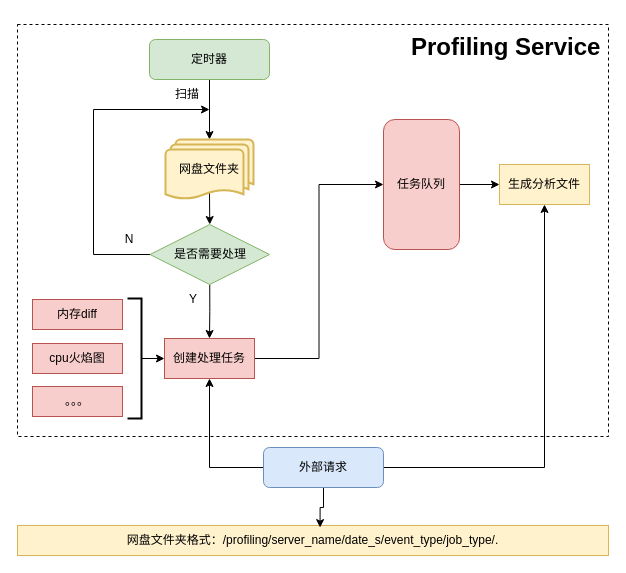
yunxuo/drawio keeps this draw.io diagram as profiling_service.drawio. Above is the earlier version. Source tidied: cells renumbered, new cells numbered last; positions are measured from the earlier drawing's top-left corner, leaving out a move shared by most shapes. Both pictures are drawn from the tidied source at 100%, with x=0, y=0 at pixel (17, 24).
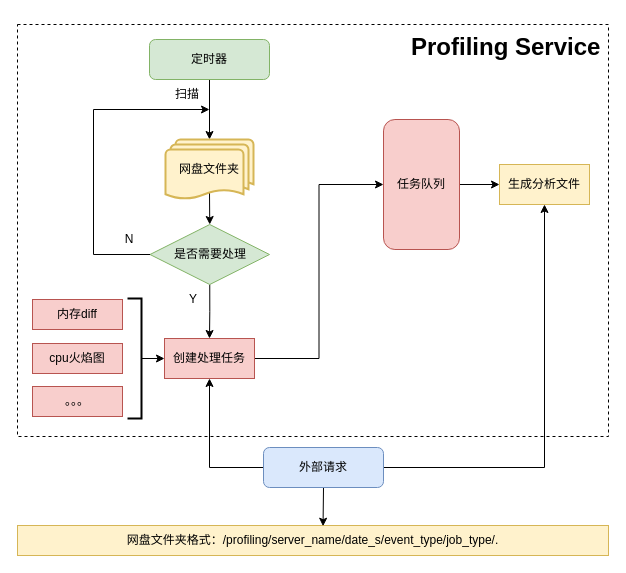
After the change.

Unchanged cells that the change refers to:
```xml
<mxCell id="23" value="网盘文件夹格式：/profiling/server_name/date_s/event_type/job_type/." style="rounded=0;whiteSpace=wrap;html=1;fillColor=#fff2cc;strokeColor=#d6b656;" parent="1" vertex="1">
  <mxGeometry y="501" width="591" height="30" as="geometry" />
</mxCell>
<mxCell id="27" value="外部请求" style="rounded=1;whiteSpace=wrap;html=1;fontSize=12;glass=0;strokeWidth=1;shadow=0;fillColor=#dae8fc;strokeColor=#6c8ebf;" parent="1" vertex="1">
  <mxGeometry x="246" y="423" width="120" height="40" as="geometry" />
</mxCell>
```

Diff of the diagram source:
```diff
@@
-    <mxCell id="26" style="edgeStyle=orthogonalEdgeStyle;rounded=0;jettySize=auto;html=1;exitX=0.5;exitY=1;exitDx=0;exitDy=0;entryX=0.512;entryY=0.07;entryDx=0;entryDy=0;entryPerimeter=0;" parent="1" edge="1" source="27" target="23">
+    <mxCell id="26" style="edgeStyle=orthogonalEdgeStyle;rounded=0;jettySize=auto;html=1;exitX=0.5;exitY=1;exitDx=0;exitDy=0;entryX=0.517;entryY=0.024;entryDx=0;entryDy=0;entryPerimeter=0;" parent="1" edge="1" source="27" target="23">
       <mxGeometry relative="1" as="geometry" />
     </mxCell>
```
